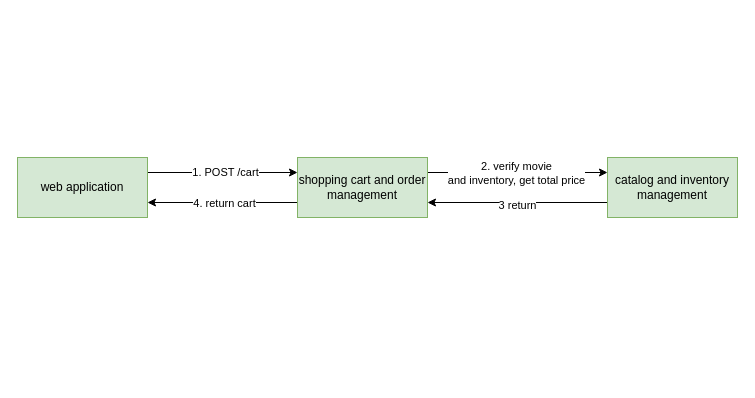
The draw.io diagram workflows/add_to_shopping_cart.drawio in movies-albrains/.github, before the edit. Source tidied: cells renumbered, new cells numbered last; positions are measured from the earlier drawing's top-left corner, leaving out a move shared by most shapes. Both pictures are drawn from the tidied source at 100%, with x=0, y=0 at pixel (17, 157).
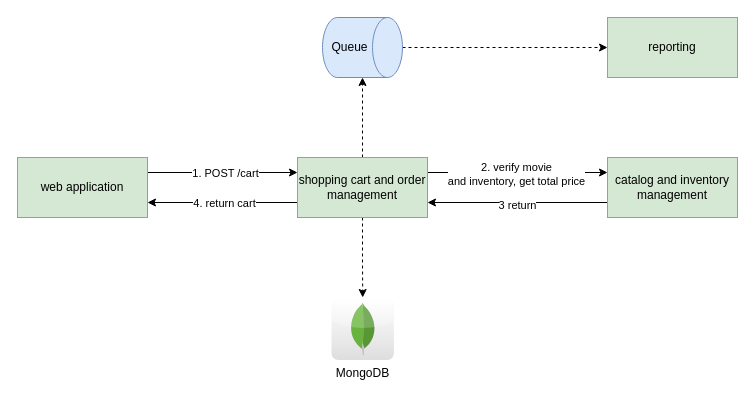
After the change.

Commit message (it also covers changes not shown here):
Mettre à jour add_to_shopping_cart.drawio

Diff of the diagram source:
```diff
@@
 <mxGraphModel>
   <root>
     <mxCell id="0" />
     <mxCell id="1" parent="0" />
     <mxCell id="2" style="edgeStyle=orthogonalEdgeStyle;rounded=0;jettySize=auto;html=1;exitX=1;exitY=0.25;exitDx=0;exitDy=0;entryX=0;entryY=0.25;entryDx=0;entryDy=0;" parent="1" edge="1" source="4" target="9">
       <mxGeometry relative="1" as="geometry" />
     </mxCell>
     <mxCell id="3" value="1. POST /cart" style="edgeLabel;html=1;align=center;verticalAlign=middle;" parent="2" vertex="1">
       <mxGeometry x="0.03" relative="1" as="geometry" />
     </mxCell>
     <mxCell id="4" value="web application" style="rounded=0;whiteSpace=wrap;html=1;fillColor=#d5e8d4;strokeColor=#82b366;" parent="1" vertex="1">
       <mxGeometry width="130" height="60" as="geometry" />
     </mxCell>
     <mxCell id="5" style="edgeStyle=orthogonalEdgeStyle;rounded=0;jettySize=auto;html=1;exitX=1;exitY=0.25;exitDx=0;exitDy=0;entryX=0;entryY=0.25;entryDx=0;entryDy=0;" parent="1" edge="1" source="9" target="12">
       <mxGeometry relative="1" as="geometry" />
     </mxCell>
     <mxCell id="6" value="&lt;div&gt;2. verify movie&lt;/div&gt;&lt;div&gt;and inventory, get total price&lt;br&gt;&lt;/div&gt;" style="edgeLabel;html=1;align=center;verticalAlign=middle;" parent="5" vertex="1">
       <mxGeometry x="-0.02" y="-1" relative="1" as="geometry" />
     </mxCell>
     <mxCell id="7" style="edgeStyle=orthogonalEdgeStyle;rounded=0;jettySize=auto;html=1;exitX=0;exitY=0.75;exitDx=0;exitDy=0;entryX=1;entryY=0.75;entryDx=0;entryDy=0;" parent="1" edge="1" source="9" target="4">
       <mxGeometry relative="1" as="geometry" />
     </mxCell>
     <mxCell id="8" value="4. return cart" style="edgeLabel;html=1;align=center;verticalAlign=middle;" parent="7" vertex="1">
       <mxGeometry x="-0.01" relative="1" as="geometry" />
     </mxCell>
+    <mxCell id="13" style="edgeStyle=orthogonalEdgeStyle;rounded=0;jettySize=auto;html=1;dashed=1;" parent="1" edge="1" source="9" target="17">
+      <mxGeometry relative="1" as="geometry" />
+    </mxCell>
+    <mxCell id="14" style="edgeStyle=orthogonalEdgeStyle;rounded=0;jettySize=auto;html=1;dashed=1;" parent="1" edge="1" source="9" target="18">
+      <mxGeometry relative="1" as="geometry" />
+    </mxCell>
     <mxCell id="9" value="shopping cart and order management" style="rounded=0;whiteSpace=wrap;html=1;fillColor=#d5e8d4;strokeColor=#82b366;" parent="1" vertex="1">
       <mxGeometry x="280" width="130" height="60" as="geometry" />
     </mxCell>
     <mxCell id="10" style="edgeStyle=orthogonalEdgeStyle;rounded=0;jettySize=auto;html=1;exitX=0;exitY=0.75;exitDx=0;exitDy=0;entryX=1;entryY=0.75;entryDx=0;entryDy=0;" parent="1" edge="1" source="12" target="9">
       <mxGeometry relative="1" as="geometry" />
     </mxCell>
     <mxCell id="11" value="3 return" style="edgeLabel;html=1;align=center;verticalAlign=middle;" parent="10" vertex="1">
       <mxGeometry x="0.01" y="2" relative="1" as="geometry" />
     </mxCell>
     <mxCell id="12" value="catalog and inventory management" style="rounded=0;whiteSpace=wrap;html=1;fillColor=#d5e8d4;strokeColor=#82b366;" parent="1" vertex="1">
       <mxGeometry x="590" width="130" height="60" as="geometry" />
     </mxCell>
+    <mxCell id="15" value="reporting" style="rounded=0;whiteSpace=wrap;html=1;fillColor=#d5e8d4;strokeColor=#82b366;" parent="1" vertex="1">
+      <mxGeometry x="590" y="-140" width="130" height="60" as="geometry" />
+    </mxCell>
+    <mxCell id="16" style="edgeStyle=orthogonalEdgeStyle;rounded=0;jettySize=auto;html=1;exitX=0.5;exitY=0;exitDx=0;exitDy=0;exitPerimeter=0;entryX=0;entryY=0.5;entryDx=0;entryDy=0;dashed=1;" parent="1" edge="1" source="17" target="15">
+      <mxGeometry relative="1" as="geometry" />
+    </mxCell>
+    <mxCell id="17" value="Queue" style="shape=cylinder3;whiteSpace=wrap;html=1;boundedLbl=1;backgroundOutline=1;size=15;direction=south;fillColor=#dae8fc;strokeColor=#6c8ebf;" parent="1" vertex="1">
+      <mxGeometry x="305" y="-140" width="80" height="60" as="geometry" />
+    </mxCell>
+    <mxCell id="18" value="MongoDB" style="dashed=0;outlineConnect=0;html=1;align=center;labelPosition=center;verticalLabelPosition=bottom;verticalAlign=top;shape=mxgraph.webicons.mongodb;gradientColor=#DFDEDE;" parent="1" vertex="1">
+      <mxGeometry x="314" y="140" width="62.4" height="62.4" as="geometry" />
+    </mxCell>
   </root>
 </mxGraphModel>
```
